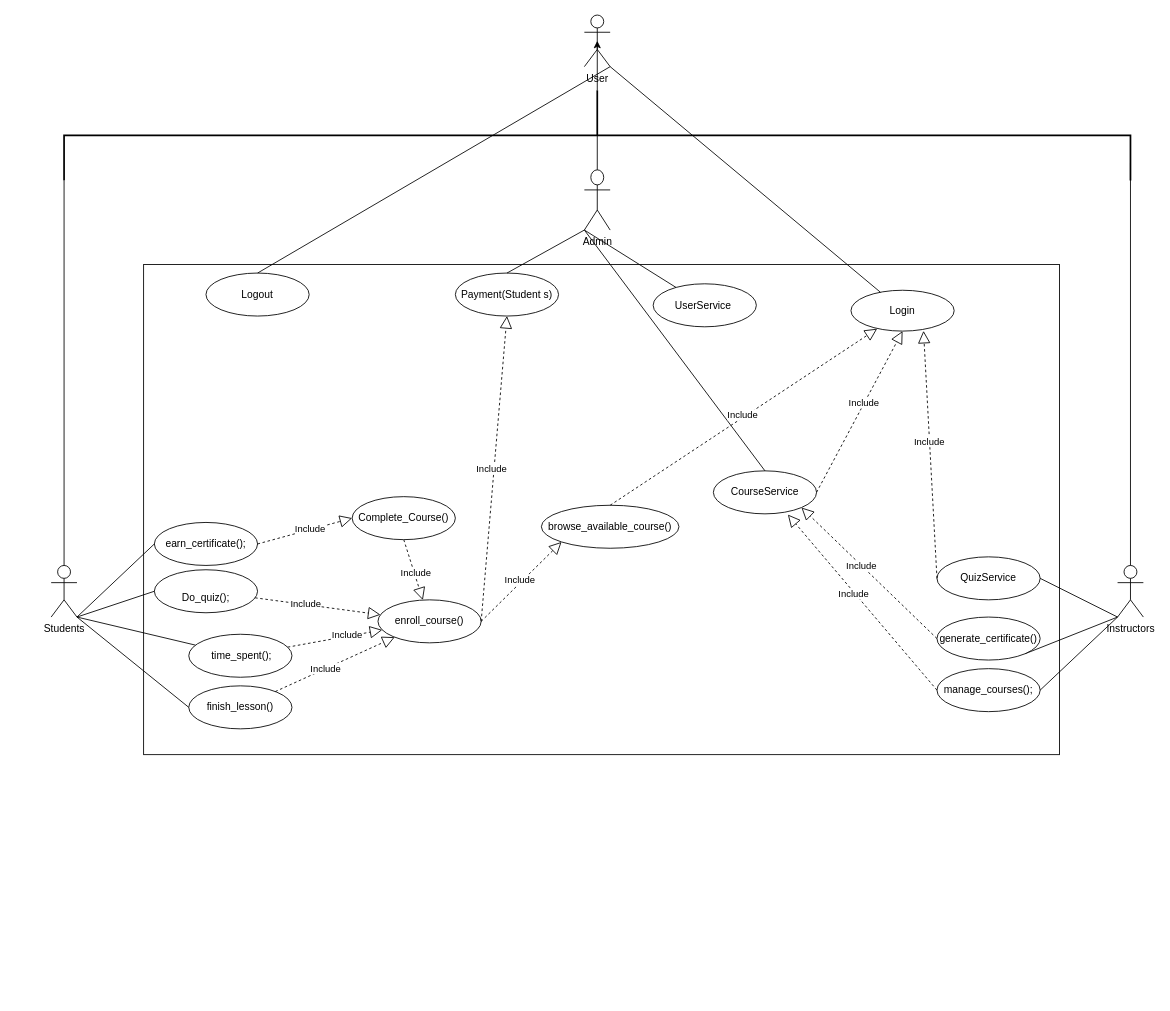
This is USE-CASE.drawio from Mahmoud5704/Bismillahi_arRahmani_arRahim-UML-, a draw.io file, before an edit. Source tidied: cells renumbered, new cells numbered last; positions are measured from the earlier drawing's top-left corner, leaving out a move shared by most shapes. Both pictures are drawn from the tidied source at 86%, with x=0, y=0 at pixel (51, -398).
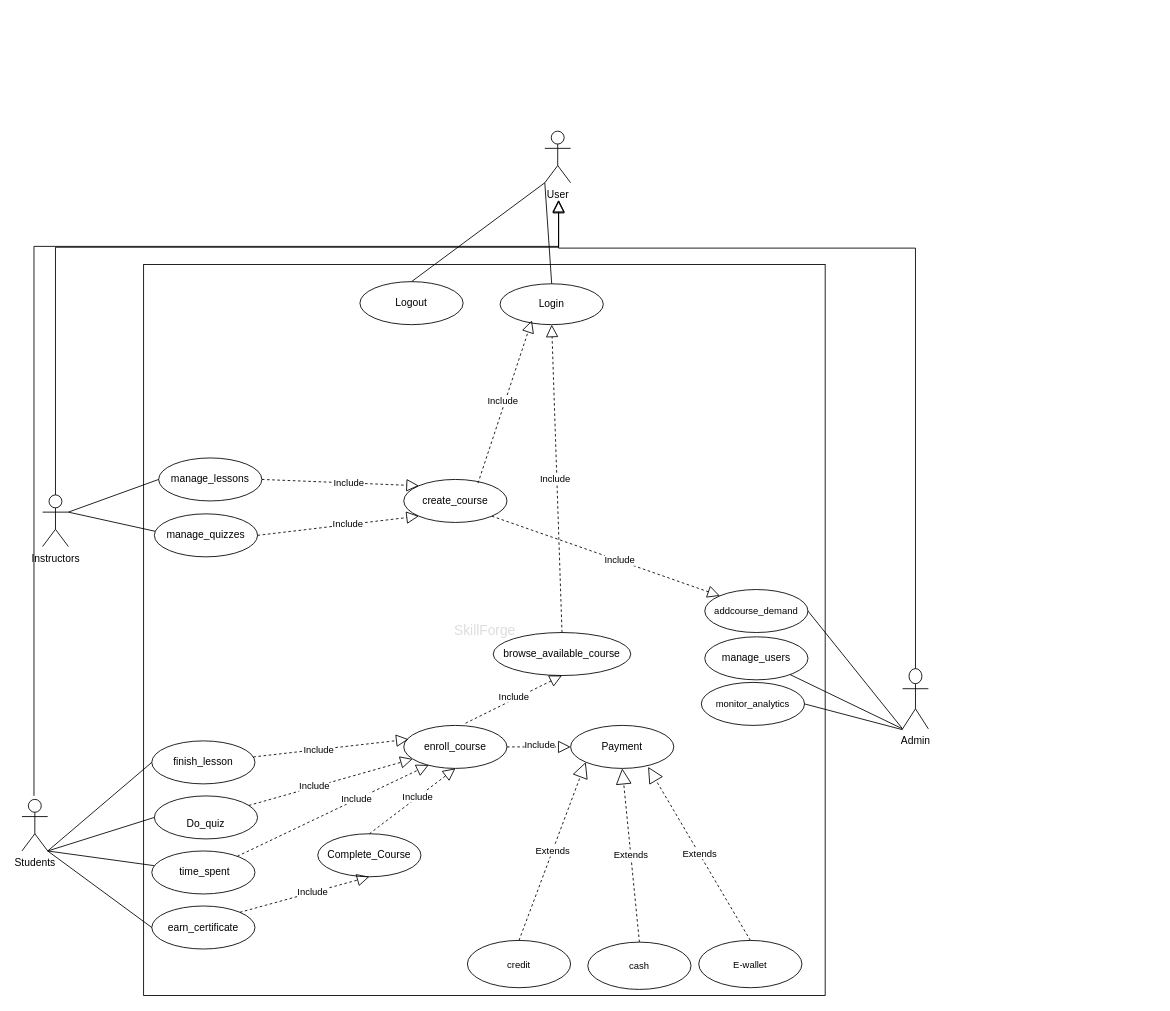
After the change.

What changed in the source:
```diff
@@
     <mxCell id="2" value="Instructors" style="shape=umlActor;verticalLabelPosition=bottom;verticalAlign=top;html=1;outlineConnect=0;" parent="1" vertex="1">
-      <mxGeometry x="1240" y="1120" width="30" height="60" as="geometry" />
+      <mxGeometry x="-10" y="1038" width="30" height="60" as="geometry" />
     </mxCell>
     <mxCell id="3" value="Students&lt;div&gt;&lt;br&gt;&lt;/div&gt;" style="shape=umlActor;verticalLabelPosition=bottom;verticalAlign=top;html=1;outlineConnect=0;" parent="1" vertex="1">
-      <mxGeometry y="1120" width="30" height="60" as="geometry" />
+      <mxGeometry x="-34" y="1392" width="30" height="60" as="geometry" />
     </mxCell>
-    <mxCell id="4" style="rounded=0;whiteSpace=wrap;html=1;" parent="1" vertex="1">
-      <mxGeometry x="107.5" y="770" width="1065" height="570" as="geometry" />
+    <mxCell id="4" value="&lt;font style=&quot;font-size: 16px; color: rgb(221, 221, 221);&quot;&gt;SkillForge&lt;/font&gt;" style="rounded=0;whiteSpace=wrap;html=1;" parent="1" vertex="1">
+      <mxGeometry x="107.5" y="770" width="792.5" height="850" as="geometry" />
     </mxCell>
-    <mxCell id="5" value="finish_lesson()" style="ellipse;whiteSpace=wrap;html=1;" parent="1" vertex="1">
-      <mxGeometry x="160" y="1260" width="120" height="50" as="geometry" />
+    <mxCell id="5" value="finish_lesson" style="ellipse;whiteSpace=wrap;html=1;" parent="1" vertex="1">
+      <mxGeometry x="117" y="1324" width="120" height="50" as="geometry" />
     </mxCell>
-    <mxCell id="6" value="enroll_course()" style="ellipse;whiteSpace=wrap;html=1;" parent="1" vertex="1">
-      <mxGeometry x="380" y="1160" width="120" height="50" as="geometry" />
+    <mxCell id="6" value="enroll_course" style="ellipse;whiteSpace=wrap;html=1;" parent="1" vertex="1">
+      <mxGeometry x="410" y="1306" width="120" height="50" as="geometry" />
     </mxCell>
-    <mxCell id="7" value="browse_available_course()" style="ellipse;whiteSpace=wrap;html=1;" parent="1" vertex="1">
-      <mxGeometry x="570" y="1050" width="160" height="50" as="geometry" />
+    <mxCell id="7" value="browse_available_course" style="ellipse;whiteSpace=wrap;html=1;" parent="1" vertex="1">
+      <mxGeometry x="514" y="1198" width="160" height="50" as="geometry" />
     </mxCell>
-    <mxCell id="8" value="earn_certificate();" style="ellipse;whiteSpace=wrap;html=1;" parent="1" vertex="1">
-      <mxGeometry x="120" y="1070" width="120" height="50" as="geometry" />
+    <mxCell id="8" value="Complete_Course" style="ellipse;whiteSpace=wrap;html=1;" parent="1" vertex="1">
+      <mxGeometry x="310" y="1432" width="120" height="50" as="geometry" />
     </mxCell>
-    <mxCell id="9" value="&lt;br&gt;Do_quiz();" style="ellipse;whiteSpace=wrap;html=1;" parent="1" vertex="1">
-      <mxGeometry x="120" y="1125" width="120" height="50" as="geometry" />
+    <mxCell id="9" value="&lt;br&gt;Do_quiz" style="ellipse;whiteSpace=wrap;html=1;" parent="1" vertex="1">
+      <mxGeometry x="120" y="1388" width="120" height="50" as="geometry" />
     </mxCell>
-    <mxCell id="10" value="QuizService" style="ellipse;whiteSpace=wrap;html=1;" parent="1" vertex="1">
-      <mxGeometry x="1030" y="1110" width="120" height="50" as="geometry" />
+    <mxCell id="10" value="manage_lessons" style="ellipse;whiteSpace=wrap;html=1;" parent="1" vertex="1">
+      <mxGeometry x="125" y="995" width="120" height="50" as="geometry" />
     </mxCell>
-    <mxCell id="11" value="manage_courses();" style="ellipse;whiteSpace=wrap;html=1;" parent="1" vertex="1">
-      <mxGeometry x="1030" y="1240" width="120" height="50" as="geometry" />
+    <mxCell id="11" value="earn_certificate" style="ellipse;whiteSpace=wrap;html=1;" parent="1" vertex="1">
+      <mxGeometry x="117" y="1516" width="120" height="50" as="geometry" />
     </mxCell>
     <mxCell id="12" value="Logout" style="ellipse;whiteSpace=wrap;html=1;" parent="1" vertex="1">
-      <mxGeometry x="180" y="780" width="120" height="50" as="geometry" />
+      <mxGeometry x="359" y="790" width="120" height="50" as="geometry" />
     </mxCell>
     <mxCell id="13" value="Login" style="ellipse;whiteSpace=wrap;html=1;" parent="1" vertex="1">
-      <mxGeometry x="930" y="800" width="120" height="47.5" as="geometry" />
+      <mxGeometry x="522" y="792.5" width="120" height="47.5" as="geometry" />
     </mxCell>
@@
-    <mxCell id="16" style="endArrow=block;dashed=1;endFill=0;endSize=12;html=1;rounded=0;" parent="1" edge="1" source="45" target="6">
+    <mxCell id="16" style="endArrow=block;dashed=1;endFill=0;endSize=12;html=1;rounded=0;entryX=0.242;entryY=0.92;entryDx=0;entryDy=0;entryPerimeter=0;" parent="1" edge="1" source="45" target="6">
       <mxGeometry relative="1" as="geometry" />
     </mxCell>
@@
-    <mxCell id="18" style="endArrow=block;dashed=1;endFill=0;endSize=12;html=1;rounded=0;exitX=0.5;exitY=1;exitDx=0;exitDy=0;" parent="1" edge="1" source="62" target="6">
+    <mxCell id="18" style="endArrow=block;dashed=1;endFill=0;endSize=12;html=1;rounded=0;exitX=0.5;exitY=0;exitDx=0;exitDy=0;entryX=0.5;entryY=1;entryDx=0;entryDy=0;" parent="1" edge="1" source="8" target="6">
       <mxGeometry relative="1" as="geometry" />
     </mxCell>
@@
-    <mxCell id="20" style="endArrow=block;dashed=1;endFill=0;endSize=12;html=1;rounded=0;" parent="1" edge="1" source="5" target="6">
+    <mxCell id="20" style="endArrow=block;dashed=1;endFill=0;endSize=12;html=1;rounded=0;entryX=0.046;entryY=0.323;entryDx=0;entryDy=0;entryPerimeter=0;" parent="1" edge="1" source="5" target="6">
       <mxGeometry relative="1" as="geometry" />
     </mxCell>
@@
-    <mxCell id="22" style="endArrow=none;html=1;rounded=0;exitX=1;exitY=1;exitDx=0;exitDy=0;entryX=0;entryY=1;entryDx=0;entryDy=0;entryPerimeter=0;" parent="1" edge="1" source="25" target="2">
+    <mxCell id="22" style="endArrow=none;html=1;rounded=0;exitX=1;exitY=1;exitDx=0;exitDy=0;entryX=1;entryY=0.3333333333333333;entryDx=0;entryDy=0;entryPerimeter=0;" parent="1" edge="1" source="25" target="2">
       <mxGeometry relative="1" as="geometry" />
     </mxCell>
-    <mxCell id="23" style="endArrow=none;html=1;rounded=0;exitX=1;exitY=0.5;exitDx=0;exitDy=0;entryX=0;entryY=1;entryDx=0;entryDy=0;entryPerimeter=0;" parent="1" edge="1" source="10" target="2">
+    <mxCell id="23" style="endArrow=none;html=1;rounded=0;exitX=0;exitY=0.5;exitDx=0;exitDy=0;entryX=1;entryY=0.3333333333333333;entryDx=0;entryDy=0;entryPerimeter=0;" parent="1" edge="1" source="10" target="2">
       <mxGeometry relative="1" as="geometry" />
     </mxCell>
-    <mxCell id="24" style="endArrow=none;html=1;rounded=0;exitX=1;exitY=0.5;exitDx=0;exitDy=0;entryX=0;entryY=1;entryDx=0;entryDy=0;entryPerimeter=0;" parent="1" edge="1" source="11" target="2">
-      <mxGeometry relative="1" as="geometry" />
-    </mxCell>
-    <mxCell id="25" value="generate_certificate()" style="ellipse;whiteSpace=wrap;html=1;" parent="1" vertex="1">
-      <mxGeometry x="1030" y="1180" width="120" height="50" as="geometry" />
+    <mxCell id="25" value="manage_quizzes" style="ellipse;whiteSpace=wrap;html=1;" parent="1" vertex="1">
+      <mxGeometry x="120" y="1060" width="120" height="50" as="geometry" />
     </mxCell>
-    <mxCell id="26" value="Payment(Student s)" style="ellipse;whiteSpace=wrap;html=1;" parent="1" vertex="1">
-      <mxGeometry x="470" y="780" width="120" height="50" as="geometry" />
+    <mxCell id="26" value="Payment" style="ellipse;whiteSpace=wrap;html=1;" parent="1" vertex="1">
+      <mxGeometry x="604" y="1306" width="120" height="50" as="geometry" />
     </mxCell>
     <mxCell id="27" value="Admin" style="shape=umlActor;verticalLabelPosition=bottom;verticalAlign=top;html=1;outlineConnect=0;rotation=0;" parent="1" vertex="1">
-      <mxGeometry x="620" y="660" width="30" height="70" as="geometry" />
+      <mxGeometry x="990" y="1240" width="30" height="70" as="geometry" />
     </mxCell>
-    <mxCell id="28" value="CourseService" style="ellipse;whiteSpace=wrap;html=1;" parent="1" vertex="1">
-      <mxGeometry x="770" y="1010" width="120" height="50" as="geometry" />
+    <mxCell id="28" value="create_course" style="ellipse;whiteSpace=wrap;html=1;" parent="1" vertex="1">
+      <mxGeometry x="410" y="1020" width="120" height="50" as="geometry" />
     </mxCell>
-    <mxCell id="29" value="UserService&amp;nbsp;" style="ellipse;whiteSpace=wrap;html=1;" parent="1" vertex="1">
-      <mxGeometry x="700" y="792.5" width="120" height="50" as="geometry" />
+    <mxCell id="29" value="manage_users" style="ellipse;whiteSpace=wrap;html=1;" parent="1" vertex="1">
+      <mxGeometry x="760" y="1203" width="120" height="50" as="geometry" />
     </mxCell>
-    <mxCell id="30" style="endArrow=none;html=1;rounded=0;exitX=0;exitY=1;exitDx=0;exitDy=0;exitPerimeter=0;entryX=0.5;entryY=0;entryDx=0;entryDy=0;" parent="1" edge="1" source="27" target="28">
-      <mxGeometry relative="1" as="geometry" />
-    </mxCell>
@@
-    <mxCell id="32" style="endArrow=none;html=1;rounded=0;entryX=0.5;entryY=0;entryDx=0;entryDy=0;exitX=0;exitY=1;exitDx=0;exitDy=0;exitPerimeter=0;" parent="1" edge="1" source="27" target="26">
-      <mxGeometry relative="1" as="geometry" />
-    </mxCell>
@@
     <mxCell id="34" value="User" style="shape=umlActor;verticalLabelPosition=bottom;verticalAlign=top;html=1;outlineConnect=0;" parent="1" vertex="1">
-      <mxGeometry x="620" y="480" width="30" height="60" as="geometry" />
+      <mxGeometry x="574" y="615" width="30" height="60" as="geometry" />
     </mxCell>
-    <mxCell id="35" style="strokeWidth=2;html=1;shape=mxgraph.flowchart.annotation_2;align=left;labelPosition=right;rotation=90;" parent="1" vertex="1">
-      <mxGeometry x="582.5" width="105" height="1240" as="geometry" />
-    </mxCell>
-    <mxCell id="36" style="endArrow=classic;html=1;rounded=0;entryX=0.5;entryY=0.5;entryDx=0;entryDy=0;entryPerimeter=0;exitX=0;exitY=0.5;exitDx=0;exitDy=0;exitPerimeter=0;" parent="1" edge="1" source="35" target="34">
-      <mxGeometry relative="1" as="geometry" />
-    </mxCell>
-    <mxCell id="37" style="endArrow=none;html=1;rounded=0;entryX=1;entryY=1;entryDx=0;entryDy=0;entryPerimeter=0;exitX=0.5;exitY=0;exitDx=0;exitDy=0;exitPerimeter=0;" parent="1" edge="1" source="3" target="35">
-      <mxGeometry relative="1" as="geometry" />
-    </mxCell>
-    <mxCell id="38" style="endArrow=none;html=1;rounded=0;exitX=0.5;exitY=0;exitDx=0;exitDy=0;exitPerimeter=0;entryX=0.805;entryY=0;entryDx=0;entryDy=0;entryPerimeter=0;" parent="1" edge="1" source="2" target="35">
-      <mxGeometry relative="1" as="geometry" />
-    </mxCell>
-    <mxCell id="39" style="endArrow=none;html=1;rounded=0;entryX=0.497;entryY=0.5;entryDx=0;entryDy=0;entryPerimeter=0;" parent="1" edge="1" source="27" target="35">
-      <mxGeometry relative="1" as="geometry" />
-    </mxCell>
-    <mxCell id="40" style="endArrow=none;html=1;rounded=0;entryX=1;entryY=1;entryDx=0;entryDy=0;entryPerimeter=0;" parent="1" edge="1" source="13" target="34">
-      <mxGeometry relative="1" as="geometry" />
-    </mxCell>
-    <mxCell id="41" style="endArrow=none;html=1;rounded=0;entryX=1;entryY=1;entryDx=0;entryDy=0;entryPerimeter=0;exitX=0.5;exitY=0;exitDx=0;exitDy=0;" parent="1" edge="1" source="12" target="34">
-      <mxGeometry relative="1" as="geometry" />
-    </mxCell>
-    <mxCell id="42" style="endArrow=block;dashed=1;endFill=0;endSize=12;html=1;rounded=0;exitX=1;exitY=0.5;exitDx=0;exitDy=0;entryX=0.5;entryY=1;entryDx=0;entryDy=0;" parent="1" edge="1" source="6" target="26">
+    <mxCell id="42" style="endArrow=block;dashed=1;endFill=0;endSize=12;html=1;rounded=0;entryX=0;entryY=0.5;entryDx=0;entryDy=0;" parent="1" edge="1" source="6" target="26">
       <mxGeometry relative="1" as="geometry" />
     </mxCell>
@@
-    <mxCell id="45" value="&amp;nbsp;time_spent();" style="ellipse;whiteSpace=wrap;html=1;" parent="1" vertex="1">
-      <mxGeometry x="160" y="1200" width="120" height="50" as="geometry" />
+    <mxCell id="45" value="&amp;nbsp;time_spent" style="ellipse;whiteSpace=wrap;html=1;" parent="1" vertex="1">
+      <mxGeometry x="117" y="1452" width="120" height="50" as="geometry" />
     </mxCell>
@@
-    <mxCell id="48" style="endArrow=none;html=1;rounded=0;entryX=0;entryY=0.5;entryDx=0;entryDy=0;" parent="1" edge="1" target="8">
-      <mxGeometry relative="1" as="geometry">
-        <mxPoint x="30" y="1180" as="sourcePoint" />
-      </mxGeometry>
+    <mxCell id="48" style="endArrow=none;html=1;rounded=0;entryX=0;entryY=0.5;entryDx=0;entryDy=0;exitX=1;exitY=1;exitDx=0;exitDy=0;exitPerimeter=0;" parent="1" edge="1" source="3" target="11">
+      <mxGeometry relative="1" as="geometry" />
     </mxCell>
-    <mxCell id="49" style="endArrow=block;dashed=1;endFill=0;endSize=12;html=1;rounded=0;exitX=1;exitY=0.5;exitDx=0;exitDy=0;entryX=0;entryY=1;entryDx=0;entryDy=0;" parent="1" edge="1" source="6" target="7">
+    <mxCell id="49" style="endArrow=block;dashed=1;endFill=0;endSize=12;html=1;rounded=0;exitX=0.599;exitY=-0.051;exitDx=0;exitDy=0;entryX=0.5;entryY=1;entryDx=0;entryDy=0;exitPerimeter=0;" parent="1" edge="1" source="6" target="7">
       <mxGeometry relative="1" as="geometry" />
     </mxCell>
@@
-    <mxCell id="51" style="endArrow=block;dashed=1;endFill=0;endSize=12;html=1;rounded=0;exitX=0.5;exitY=0;exitDx=0;exitDy=0;entryX=0.254;entryY=0.942;entryDx=0;entryDy=0;entryPerimeter=0;" parent="1" edge="1" source="7" target="13">
+    <mxCell id="51" style="endArrow=block;dashed=1;endFill=0;endSize=12;html=1;rounded=0;exitX=0.5;exitY=0;exitDx=0;exitDy=0;entryX=0.5;entryY=1;entryDx=0;entryDy=0;" parent="1" edge="1" source="7" target="13">
       <mxGeometry relative="1" as="geometry" />
     </mxCell>
@@
-    <mxCell id="54" style="endArrow=block;dashed=1;endFill=0;endSize=12;html=1;rounded=0;exitX=0;exitY=0.5;exitDx=0;exitDy=0;entryX=1;entryY=1;entryDx=0;entryDy=0;" parent="1" edge="1" source="25" target="28">
+    <mxCell id="54" style="endArrow=block;dashed=1;endFill=0;endSize=12;html=1;rounded=0;exitX=1;exitY=0.5;exitDx=0;exitDy=0;entryX=0;entryY=1;entryDx=0;entryDy=0;" parent="1" edge="1" source="25" target="28">
       <mxGeometry relative="1" as="geometry" />
     </mxCell>
@@
-    <mxCell id="56" style="endArrow=block;dashed=1;endFill=0;endSize=12;html=1;rounded=0;exitX=0;exitY=0.5;exitDx=0;exitDy=0;entryX=0.703;entryY=0.994;entryDx=0;entryDy=0;entryPerimeter=0;" parent="1" edge="1" source="10" target="13">
+    <mxCell id="56" style="endArrow=block;dashed=1;endFill=0;endSize=12;html=1;rounded=0;exitX=1;exitY=0.5;exitDx=0;exitDy=0;entryX=0;entryY=0;entryDx=0;entryDy=0;" parent="1" edge="1" source="10" target="28">
       <mxGeometry relative="1" as="geometry" />
     </mxCell>
@@
-    <mxCell id="58" style="endArrow=block;dashed=1;endFill=0;endSize=12;html=1;rounded=0;exitX=0;exitY=0.5;exitDx=0;exitDy=0;entryX=0.722;entryY=1.017;entryDx=0;entryDy=0;entryPerimeter=0;" parent="1" edge="1" source="11" target="28">
-      <mxGeometry relative="1" as="geometry" />
-    </mxCell>
-    <mxCell id="59" value="Include" style="edgeLabel;html=1;align=center;verticalAlign=middle;" parent="58" vertex="1">
-      <mxGeometry x="0.11" y="1" relative="1" as="geometry" />
-    </mxCell>
+    <mxCell id="65" value="addcourse_demand" style="ellipse;whiteSpace=wrap;html=1;fontFamily=Helvetica;fontSize=11;fontColor=default;labelBackgroundColor=default;" parent="1" vertex="1">
+      <mxGeometry x="760" y="1148" width="120" height="50" as="geometry" />
+    </mxCell>
+    <mxCell id="66" value="monitor_analytics" style="ellipse;whiteSpace=wrap;html=1;fontFamily=Helvetica;fontSize=11;fontColor=default;labelBackgroundColor=default;" parent="1" vertex="1">
+      <mxGeometry x="756" y="1256" width="120" height="50" as="geometry" />
+    </mxCell>
+    <mxCell id="67" style="endArrow=block;dashed=1;endFill=0;endSize=12;html=1;rounded=0;exitX=1;exitY=0;exitDx=0;exitDy=0;entryX=0.5;entryY=1;entryDx=0;entryDy=0;" parent="1" edge="1" source="11" target="8">
+      <mxGeometry relative="1" as="geometry" />
+    </mxCell>
+    <mxCell id="68" value="Include" style="edgeLabel;html=1;align=center;verticalAlign=middle;" parent="67" vertex="1">
+      <mxGeometry x="0.11" y="1" relative="1" as="geometry" />
+    </mxCell>
+    <mxCell id="69" style="endArrow=none;html=1;rounded=0;exitX=0;exitY=1;exitDx=0;exitDy=0;exitPerimeter=0;entryX=1;entryY=0.5;entryDx=0;entryDy=0;" parent="1" edge="1" source="27" target="65">
+      <mxGeometry relative="1" as="geometry" />
+    </mxCell>
+    <mxCell id="70" style="endArrow=block;dashed=1;endFill=0;endSize=12;html=1;rounded=0;exitX=1;exitY=1;exitDx=0;exitDy=0;entryX=0;entryY=0;entryDx=0;entryDy=0;" parent="1" edge="1" source="28" target="65">
+      <mxGeometry relative="1" as="geometry" />
+    </mxCell>
+    <mxCell id="71" value="Include" style="edgeLabel;html=1;align=center;verticalAlign=middle;" parent="70" vertex="1">
+      <mxGeometry x="0.11" y="1" relative="1" as="geometry" />
+    </mxCell>
+    <mxCell id="72" style="endArrow=none;html=1;rounded=0;entryX=1;entryY=0.5;entryDx=0;entryDy=0;" parent="1" edge="1" target="66">
+      <mxGeometry relative="1" as="geometry">
+        <mxPoint x="990" y="1311" as="sourcePoint" />
+      </mxGeometry>
+    </mxCell>
-    <mxCell id="60" style="endArrow=block;dashed=1;endFill=0;endSize=12;html=1;rounded=0;exitX=1;exitY=0.5;exitDx=0;exitDy=0;entryX=0.5;entryY=1;entryDx=0;entryDy=0;" parent="1" edge="1" source="28" target="13">
+    <mxCell id="60" style="endArrow=block;dashed=1;endFill=0;endSize=12;html=1;rounded=0;exitX=0.719;exitY=0.087;exitDx=0;exitDy=0;entryX=0.308;entryY=0.895;entryDx=0;entryDy=0;exitPerimeter=0;entryPerimeter=0;" parent="1" edge="1" source="28" target="13">
       <mxGeometry relative="1" as="geometry" />
     </mxCell>
-    <mxCell id="61" value="Include" style="edgeLabel;html=1;align=center;verticalAlign=middle;" parent="60" vertex="1">
-      <mxGeometry x="0.11" y="1" relative="1" as="geometry" />
-    </mxCell>
-    <mxCell id="62" value="Complete_Course()" style="ellipse;whiteSpace=wrap;html=1;" parent="1" vertex="1">
-      <mxGeometry x="350" y="1040" width="120" height="50" as="geometry" />
-    </mxCell>
-    <mxCell id="63" style="endArrow=block;dashed=1;endFill=0;endSize=12;html=1;rounded=0;exitX=1;exitY=0.5;exitDx=0;exitDy=0;entryX=0;entryY=0.5;entryDx=0;entryDy=0;" parent="1" edge="1" source="8" target="62">
-      <mxGeometry relative="1" as="geometry" />
-    </mxCell>
-    <mxCell id="64" value="Include" style="edgeLabel;html=1;align=center;verticalAlign=middle;" parent="63" vertex="1">
-      <mxGeometry x="0.11" y="1" relative="1" as="geometry" />
-    </mxCell>
+    <mxCell id="73" value="Include" style="edgeLabel;html=1;align=center;verticalAlign=middle;" parent="60" vertex="1">
+      <mxGeometry y="3" relative="1" as="geometry" />
+    </mxCell>
+    <mxCell id="74" style="endArrow=block;endFill=0;endSize=12;html=1;rounded=0;edgeStyle=elbowEdgeStyle;elbow=vertical;exitX=0.5;exitY=0;exitDx=0;exitDy=0;exitPerimeter=0;" parent="1" edge="1" source="27">
+      <mxGeometry relative="1" as="geometry">
+        <mxPoint x="590" y="696" as="targetPoint" />
+        <Array as="points">
+          <mxPoint x="799" y="751" />
+        </Array>
+      </mxGeometry>
+    </mxCell>
+    <mxCell id="75" style="endArrow=block;endFill=0;endSize=12;html=1;rounded=0;edgeStyle=elbowEdgeStyle;elbow=vertical;exitX=0.5;exitY=0;exitDx=0;exitDy=0;exitPerimeter=0;" parent="1" edge="1" source="2">
+      <mxGeometry relative="1" as="geometry">
+        <mxPoint x="590" y="695" as="targetPoint" />
+        <Array as="points">
+          <mxPoint x="772" y="750" />
+        </Array>
+      </mxGeometry>
+    </mxCell>
+    <mxCell id="76" style="endArrow=block;endFill=0;endSize=12;html=1;rounded=0;edgeStyle=elbowEdgeStyle;elbow=vertical;exitX=0.5;exitY=0;exitDx=0;exitDy=0;exitPerimeter=0;" parent="1" edge="1">
+      <mxGeometry relative="1" as="geometry">
+        <mxPoint x="-20" y="1388" as="sourcePoint" />
+        <mxPoint x="590" y="695" as="targetPoint" />
+        <Array as="points">
+          <mxPoint x="289" y="749" />
+        </Array>
+      </mxGeometry>
+    </mxCell>
+    <mxCell id="77" style="endArrow=none;html=1;rounded=0;exitX=0;exitY=1;exitDx=0;exitDy=0;entryX=0.5;entryY=0;entryDx=0;entryDy=0;exitPerimeter=0;" parent="1" edge="1" source="34" target="13">
+      <mxGeometry relative="1" as="geometry" />
+    </mxCell>
+    <mxCell id="78" style="endArrow=none;html=1;rounded=0;exitX=0;exitY=1;exitDx=0;exitDy=0;entryX=0.5;entryY=0;entryDx=0;entryDy=0;exitPerimeter=0;" parent="1" edge="1" source="34" target="12">
+      <mxGeometry relative="1" as="geometry" />
+    </mxCell>
+    <mxCell id="79" value="credit" style="ellipse;whiteSpace=wrap;html=1;fontFamily=Helvetica;fontSize=11;fontColor=default;labelBackgroundColor=default;" parent="1" vertex="1">
+      <mxGeometry x="484" y="1556" width="120" height="55" as="geometry" />
+    </mxCell>
+    <mxCell id="80" value="Extends" style="endArrow=block;endSize=16;endFill=0;html=1;rounded=0;dashed=1;strokeColor=default;align=center;verticalAlign=middle;fontFamily=Helvetica;fontSize=11;fontColor=default;labelBackgroundColor=default;exitX=0.5;exitY=0;exitDx=0;exitDy=0;entryX=0;entryY=1;entryDx=0;entryDy=0;" parent="1" edge="1" source="79" target="26">
+      <mxGeometry relative="1" as="geometry" />
+    </mxCell>
+    <mxCell id="81" value="cash" style="ellipse;whiteSpace=wrap;html=1;fontFamily=Helvetica;fontSize=11;fontColor=default;labelBackgroundColor=default;" parent="1" vertex="1">
+      <mxGeometry x="624" y="1558" width="120" height="55" as="geometry" />
+    </mxCell>
+    <mxCell id="82" value="E-wallet" style="ellipse;whiteSpace=wrap;html=1;fontFamily=Helvetica;fontSize=11;fontColor=default;labelBackgroundColor=default;" parent="1" vertex="1">
+      <mxGeometry x="753" y="1556" width="120" height="55" as="geometry" />
+    </mxCell>
+    <mxCell id="83" value="Extends" style="endArrow=block;endSize=16;endFill=0;html=1;rounded=0;dashed=1;strokeColor=default;align=center;verticalAlign=middle;fontFamily=Helvetica;fontSize=11;fontColor=default;labelBackgroundColor=default;exitX=0.5;exitY=0;exitDx=0;exitDy=0;entryX=0.751;entryY=0.965;entryDx=0;entryDy=0;entryPerimeter=0;" parent="1" edge="1" source="82" target="26">
+      <mxGeometry relative="1" as="geometry" />
+    </mxCell>
+    <mxCell id="84" value="Extends" style="endArrow=block;endSize=16;endFill=0;html=1;rounded=0;dashed=1;strokeColor=default;align=center;verticalAlign=middle;fontFamily=Helvetica;fontSize=11;fontColor=default;labelBackgroundColor=default;exitX=0.5;exitY=0;exitDx=0;exitDy=0;entryX=0.5;entryY=1;entryDx=0;entryDy=0;" parent="1" edge="1" source="81" target="26">
+      <mxGeometry relative="1" as="geometry" />
+    </mxCell>
```
